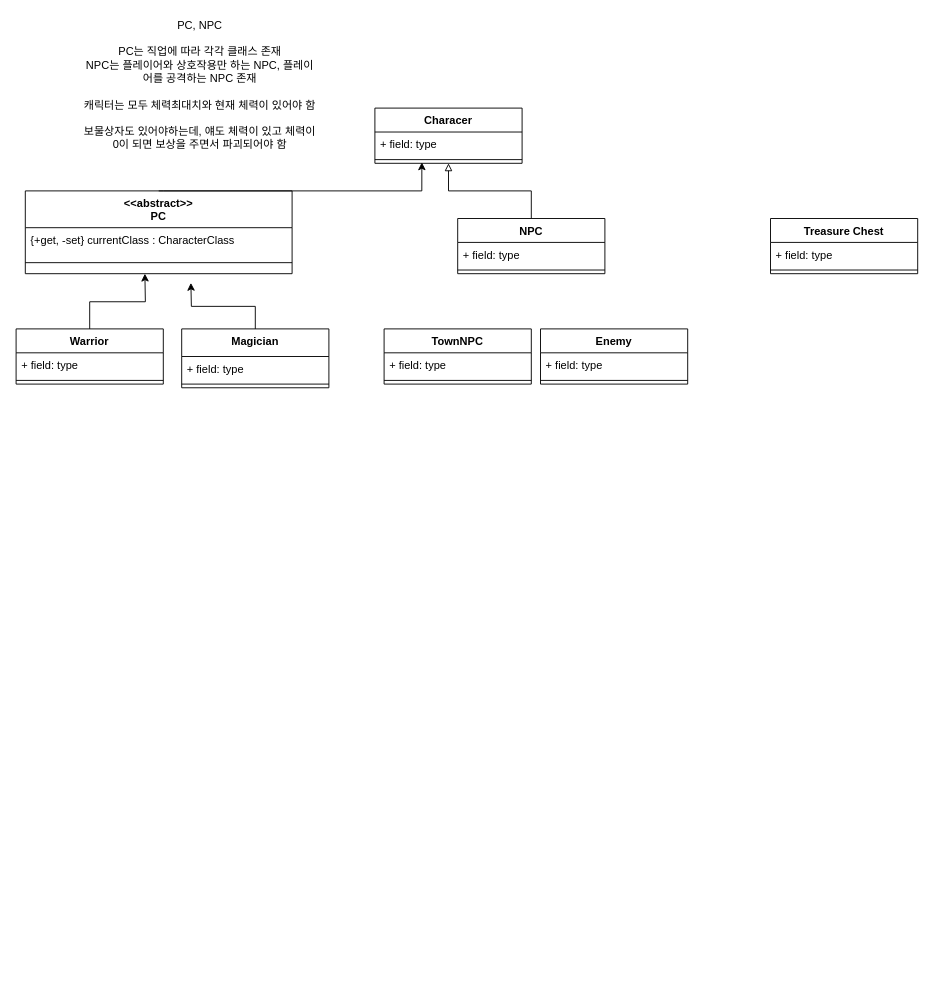
Unity-Boot-Camp-13th/CSharp-basic keeps this draw.io diagram as CsharpBasic.drawio. Above is the earlier version. Source tidied: cells renumbered, new cells numbered last; positions are measured from the earlier drawing's top-left corner, leaving out a move shared by most shapes. Both pictures are drawn from the tidied source at 92%, with x=0, y=0 at pixel (16, 16).
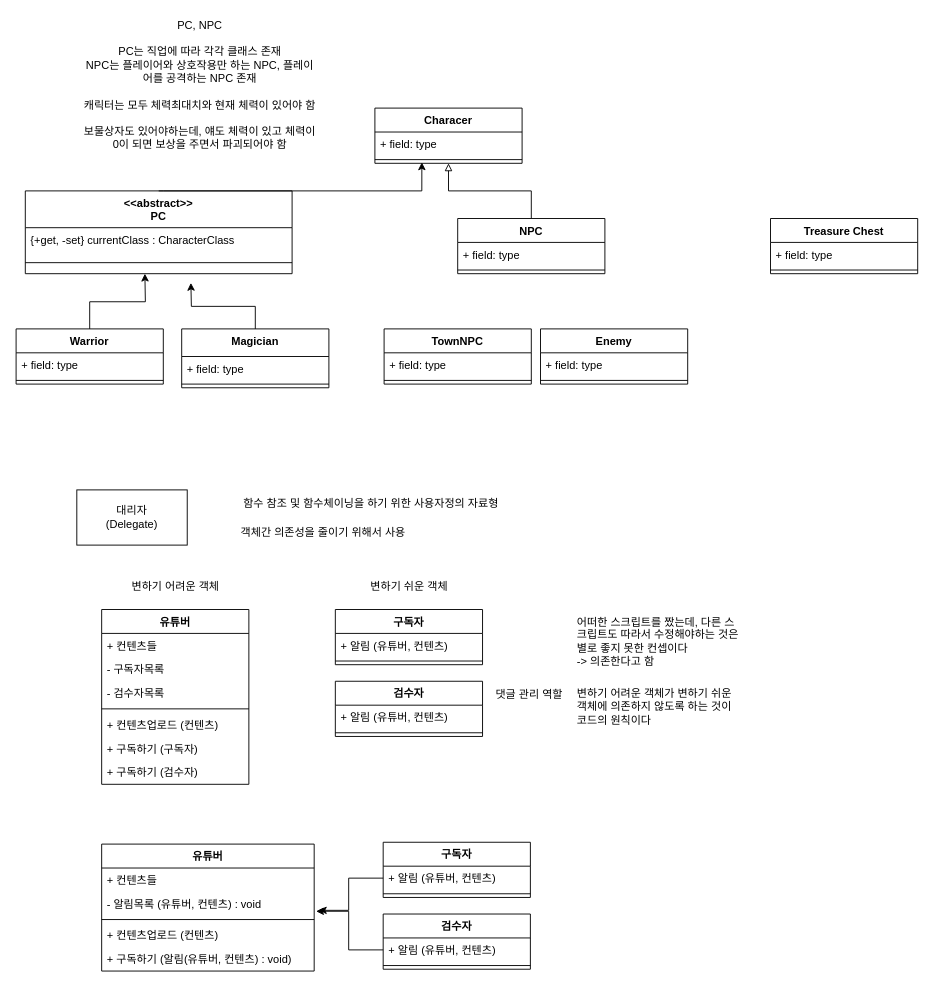
After the change.

What changed in the source:
```diff
@@
+    <mxCell id="31" value="유튜버" style="swimlane;fontStyle=1;align=center;verticalAlign=top;horizontal=1;startSize=26;whiteSpace=wrap;html=1;" parent="1" vertex="1">
+      <mxGeometry x="93" y="645" width="160" height="190" as="geometry" />
+    </mxCell>
+    <mxCell id="32" value="+ 컨텐츠들" style="text;strokeColor=none;fillColor=none;align=left;verticalAlign=top;spacingLeft=4;spacingRight=4;overflow=hidden;whiteSpace=wrap;html=1;" parent="31" vertex="1">
+      <mxGeometry y="26" width="160" height="26" as="geometry" />
+    </mxCell>
+    <mxCell id="33" value="- 구독자목록" style="text;strokeColor=none;fillColor=none;align=left;verticalAlign=top;spacingLeft=4;spacingRight=4;overflow=hidden;whiteSpace=wrap;html=1;" parent="31" vertex="1">
+      <mxGeometry y="52" width="160" height="26" as="geometry" />
+    </mxCell>
+    <mxCell id="34" value="- 검수자목록" style="text;strokeColor=none;fillColor=none;align=left;verticalAlign=top;spacingLeft=4;spacingRight=4;overflow=hidden;whiteSpace=wrap;html=1;" parent="31" vertex="1">
+      <mxGeometry y="78" width="160" height="26" as="geometry" />
+    </mxCell>
+    <mxCell id="35" style="line;strokeWidth=1;fillColor=none;align=left;verticalAlign=middle;spacingTop=-1;spacingLeft=3;spacingRight=3;labelPosition=right;strokeColor=inherit;" parent="31" vertex="1">
+      <mxGeometry y="104" width="160" height="8" as="geometry" />
+    </mxCell>
+    <mxCell id="36" value="+ 컨텐츠업로드 (컨텐츠)" style="text;strokeColor=none;fillColor=none;align=left;verticalAlign=top;spacingLeft=4;spacingRight=4;overflow=hidden;whiteSpace=wrap;html=1;" parent="31" vertex="1">
+      <mxGeometry y="112" width="160" height="26" as="geometry" />
+    </mxCell>
+    <mxCell id="37" value="+ 구독하기 (구독자)" style="text;strokeColor=none;fillColor=none;align=left;verticalAlign=top;spacingLeft=4;spacingRight=4;overflow=hidden;whiteSpace=wrap;html=1;" parent="31" vertex="1">
+      <mxGeometry y="138" width="160" height="26" as="geometry" />
+    </mxCell>
+    <mxCell id="38" value="+ 구독하기 (검수자)" style="text;strokeColor=none;fillColor=none;align=left;verticalAlign=top;spacingLeft=4;spacingRight=4;overflow=hidden;whiteSpace=wrap;html=1;" parent="31" vertex="1">
+      <mxGeometry y="164" width="160" height="26" as="geometry" />
+    </mxCell>
+    <mxCell id="39" value="구독자" style="swimlane;fontStyle=1;align=center;verticalAlign=top;horizontal=1;startSize=26;whiteSpace=wrap;html=1;" parent="1" vertex="1">
+      <mxGeometry x="347" y="645" width="160" height="60" as="geometry" />
+    </mxCell>
+    <mxCell id="40" value="+ 알림 (유튜버, 컨텐츠)" style="text;strokeColor=none;fillColor=none;align=left;verticalAlign=top;spacingLeft=4;spacingRight=4;overflow=hidden;whiteSpace=wrap;html=1;" parent="39" vertex="1">
+      <mxGeometry y="26" width="160" height="26" as="geometry" />
+    </mxCell>
+    <mxCell id="41" style="line;strokeWidth=1;fillColor=none;align=left;verticalAlign=middle;spacingTop=-1;spacingLeft=3;spacingRight=3;labelPosition=right;strokeColor=inherit;" parent="39" vertex="1">
+      <mxGeometry y="52" width="160" height="8" as="geometry" />
+    </mxCell>
+    <mxCell id="42" value="검수자" style="swimlane;fontStyle=1;align=center;verticalAlign=top;horizontal=1;startSize=26;whiteSpace=wrap;html=1;" parent="1" vertex="1">
+      <mxGeometry x="347" y="723" width="160" height="60" as="geometry" />
+    </mxCell>
+    <mxCell id="43" value="+ 알림 (유튜버, 컨텐츠)" style="text;strokeColor=none;fillColor=none;align=left;verticalAlign=top;spacingLeft=4;spacingRight=4;overflow=hidden;whiteSpace=wrap;html=1;" parent="42" vertex="1">
+      <mxGeometry y="26" width="160" height="26" as="geometry" />
+    </mxCell>
+    <mxCell id="44" style="line;strokeWidth=1;fillColor=none;align=left;verticalAlign=middle;spacingTop=-1;spacingLeft=3;spacingRight=3;labelPosition=right;strokeColor=inherit;" parent="42" vertex="1">
+      <mxGeometry y="52" width="160" height="8" as="geometry" />
+    </mxCell>
+    <mxCell id="45" value="댓글 관리 역할" style="text;html=1;align=center;verticalAlign=middle;whiteSpace=wrap;rounded=0;" parent="1" vertex="1">
+      <mxGeometry x="508" y="723" width="100" height="30" as="geometry" />
+    </mxCell>
+    <mxCell id="46" value="어떠한 스크립트를 짰는데, 다른 스크립트도 따라서 수정해야하는 것은 별로 좋지 못한 컨셉이다&lt;br&gt;-&amp;gt; 의존한다고 함" style="text;html=1;whiteSpace=wrap;overflow=hidden;rounded=0;" parent="1" vertex="1">
+      <mxGeometry x="608" y="645" width="180" height="72" as="geometry" />
+    </mxCell>
+    <mxCell id="47" value="변하기 어려운 객체" style="text;html=1;align=center;verticalAlign=middle;whiteSpace=wrap;rounded=0;" parent="1" vertex="1">
+      <mxGeometry x="113.5" y="605" width="119" height="30" as="geometry" />
+    </mxCell>
+    <mxCell id="48" value="변하기 쉬운 객체" style="text;html=1;align=center;verticalAlign=middle;whiteSpace=wrap;rounded=0;" parent="1" vertex="1">
+      <mxGeometry x="367.5" y="605" width="119" height="30" as="geometry" />
+    </mxCell>
+    <mxCell id="49" value="변하기 어려운 객체가 변하기 쉬운 객체에 의존하지 않도록 하는 것이 코드의 원칙이다" style="text;html=1;whiteSpace=wrap;overflow=hidden;rounded=0;" parent="1" vertex="1">
+      <mxGeometry x="608" y="723" width="180" height="55" as="geometry" />
+    </mxCell>
+    <mxCell id="50" value="유튜버" style="swimlane;fontStyle=1;align=center;verticalAlign=top;horizontal=1;startSize=26;whiteSpace=wrap;html=1;" parent="1" vertex="1">
+      <mxGeometry x="93" y="900" width="231" height="138" as="geometry" />
+    </mxCell>
+    <mxCell id="51" value="+ 컨텐츠들" style="text;strokeColor=none;fillColor=none;align=left;verticalAlign=top;spacingLeft=4;spacingRight=4;overflow=hidden;whiteSpace=wrap;html=1;" parent="50" vertex="1">
+      <mxGeometry y="26" width="231" height="26" as="geometry" />
+    </mxCell>
+    <mxCell id="52" value="- 알림목록 (유튜버, 컨텐츠) : void" style="text;strokeColor=none;fillColor=none;align=left;verticalAlign=top;spacingLeft=4;spacingRight=4;overflow=hidden;points=[[0,0.5],[1,0.5]];portConstraint=eastwest;whiteSpace=wrap;html=1;" parent="50" vertex="1">
+      <mxGeometry y="52" width="231" height="26" as="geometry" />
+    </mxCell>
+    <mxCell id="53" style="line;strokeWidth=1;fillColor=none;align=left;verticalAlign=middle;spacingTop=-1;spacingLeft=3;spacingRight=3;labelPosition=right;strokeColor=inherit;" parent="50" vertex="1">
+      <mxGeometry y="78" width="231" height="8" as="geometry" />
+    </mxCell>
+    <mxCell id="54" value="+ 컨텐츠업로드 (컨텐츠)" style="text;strokeColor=none;fillColor=none;align=left;verticalAlign=top;spacingLeft=4;spacingRight=4;overflow=hidden;whiteSpace=wrap;html=1;" parent="50" vertex="1">
+      <mxGeometry y="86" width="231" height="26" as="geometry" />
+    </mxCell>
+    <mxCell id="55" value="+ 구독하기 (알림(유튜버, 컨텐츠) : void)" style="text;strokeColor=none;fillColor=none;align=left;verticalAlign=top;spacingLeft=4;spacingRight=4;overflow=hidden;whiteSpace=wrap;html=1;" parent="50" vertex="1">
+      <mxGeometry y="112" width="231" height="26" as="geometry" />
+    </mxCell>
+    <mxCell id="56" value="구독자" style="swimlane;fontStyle=1;align=center;verticalAlign=top;horizontal=1;startSize=26;whiteSpace=wrap;html=1;" parent="1" vertex="1">
+      <mxGeometry x="399" y="898" width="160" height="60" as="geometry" />
+    </mxCell>
+    <mxCell id="57" value="+ 알림 (유튜버, 컨텐츠)" style="text;strokeColor=none;fillColor=none;align=left;verticalAlign=top;spacingLeft=4;spacingRight=4;overflow=hidden;points=[[0,0.5],[1,0.5]];portConstraint=eastwest;whiteSpace=wrap;html=1;" parent="56" vertex="1">
+      <mxGeometry y="26" width="160" height="26" as="geometry" />
+    </mxCell>
+    <mxCell id="58" style="line;strokeWidth=1;fillColor=none;align=left;verticalAlign=middle;spacingTop=-1;spacingLeft=3;spacingRight=3;labelPosition=right;strokeColor=inherit;" parent="56" vertex="1">
+      <mxGeometry y="52" width="160" height="8" as="geometry" />
+    </mxCell>
+    <mxCell id="59" value="검수자" style="swimlane;fontStyle=1;align=center;verticalAlign=top;horizontal=1;startSize=26;whiteSpace=wrap;html=1;" parent="1" vertex="1">
+      <mxGeometry x="399" y="976" width="160" height="60" as="geometry" />
+    </mxCell>
+    <mxCell id="60" value="+ 알림 (유튜버, 컨텐츠)" style="text;strokeColor=none;fillColor=none;align=left;verticalAlign=top;spacingLeft=4;spacingRight=4;overflow=hidden;points=[[0,0.5],[1,0.5]];portConstraint=eastwest;whiteSpace=wrap;html=1;" parent="59" vertex="1">
+      <mxGeometry y="26" width="160" height="26" as="geometry" />
+    </mxCell>
+    <mxCell id="61" style="line;strokeWidth=1;fillColor=none;align=left;verticalAlign=middle;spacingTop=-1;spacingLeft=3;spacingRight=3;labelPosition=right;strokeColor=inherit;" parent="59" vertex="1">
+      <mxGeometry y="52" width="160" height="8" as="geometry" />
+    </mxCell>
+    <mxCell id="62" style="edgeStyle=orthogonalEdgeStyle;rounded=0;jettySize=auto;html=1;exitX=0;exitY=0.5;exitDx=0;exitDy=0;entryX=1.022;entryY=0.769;entryDx=0;entryDy=0;entryPerimeter=0;" parent="1" edge="1" source="57" target="52">
+      <mxGeometry relative="1" as="geometry" />
+    </mxCell>
+    <mxCell id="63" style="edgeStyle=orthogonalEdgeStyle;rounded=0;jettySize=auto;html=1;entryX=1.009;entryY=0.808;entryDx=0;entryDy=0;entryPerimeter=0;" parent="1" edge="1" source="60" target="52">
+      <mxGeometry relative="1" as="geometry" />
+    </mxCell>
+    <mxCell id="64" value="대리자&lt;br&gt;(Delegate)" style="rounded=0;whiteSpace=wrap;html=1;" parent="1" vertex="1">
+      <mxGeometry x="66" y="515" width="120" height="60" as="geometry" />
+    </mxCell>
+    <mxCell id="65" value="함수 참조 및 함수체이닝을 하기 위한 사용자정의 자료형" style="text;html=1;align=center;verticalAlign=middle;whiteSpace=wrap;rounded=0;" parent="1" vertex="1">
+      <mxGeometry x="204" y="515" width="364" height="30" as="geometry" />
+    </mxCell>
+    <mxCell id="66" value="객체간 의존성을 줄이기 위해서 사용" style="text;html=1;align=center;verticalAlign=middle;whiteSpace=wrap;rounded=0;" parent="1" vertex="1">
+      <mxGeometry x="219" y="547" width="230" height="30" as="geometry" />
+    </mxCell>
```
